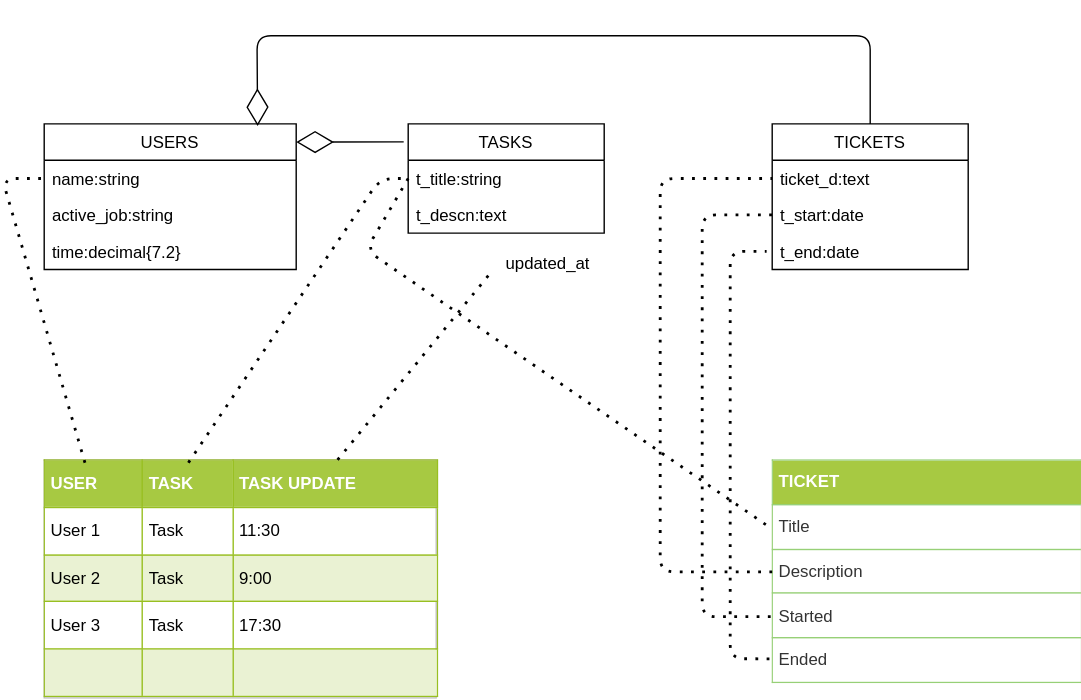
This is Myapp.svg from Roru-cmd/Myapp, a draw.io export, as it was before one commit. Source tidied: cells renumbered, new cells last; positions are measured from the earlier drawing's top-left corner, leaving out a move shared by most shapes.
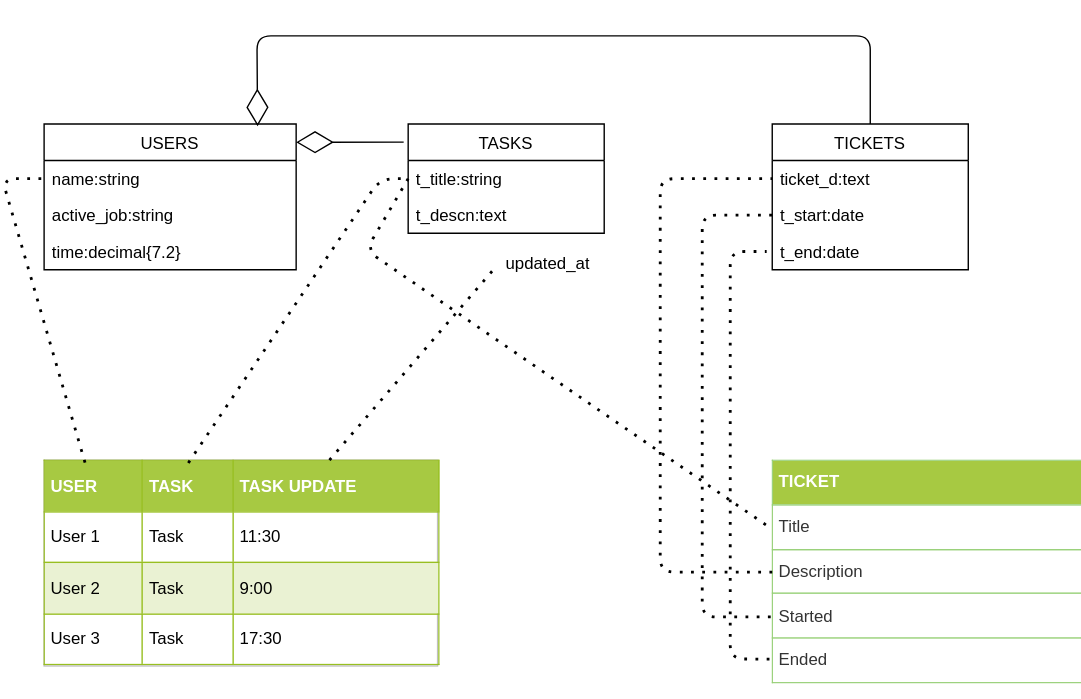
Later version of the same file.

The edit, as a diff of the source:
```diff
@@ -43,8 +43,8 @@
         <mxPoint x="210" y="76" as="targetPoint" />
       </mxGeometry>
     </mxCell>
-    <mxCell id="15" value="&lt;table border=&quot;1&quot; width=&quot;100%&quot; cellpadding=&quot;4&quot; style=&quot;width: 100% ; height: 100% ; border-collapse: collapse&quot;&gt;&lt;tbody&gt;&lt;tr style=&quot;background-color: #a7c942 ; color: #ffffff ; border: 1px solid #98bf21&quot;&gt;&lt;th align=&quot;left&quot;&gt;USER&lt;/th&gt;&lt;th align=&quot;left&quot;&gt;TASK&lt;/th&gt;&lt;th align=&quot;left&quot;&gt;TASK UPDATE&lt;/th&gt;&lt;/tr&gt;&lt;tr style=&quot;border: 1px solid #98bf21&quot;&gt;&lt;td&gt;User 1&lt;/td&gt;&lt;td&gt;Task&amp;nbsp;&lt;/td&gt;&lt;td&gt;11:30&lt;/td&gt;&lt;/tr&gt;&lt;tr style=&quot;background-color: #eaf2d3 ; border: 1px solid #98bf21&quot;&gt;&lt;td&gt;User 2&lt;/td&gt;&lt;td&gt;Task&lt;/td&gt;&lt;td&gt;9:00&lt;/td&gt;&lt;/tr&gt;&lt;tr style=&quot;border: 1px solid #98bf21&quot;&gt;&lt;td&gt;User 3&lt;/td&gt;&lt;td&gt;Task&lt;/td&gt;&lt;td&gt;17:30&lt;/td&gt;&lt;/tr&gt;&lt;tr style=&quot;background-color: #eaf2d3 ; border: 1px solid #98bf21&quot;&gt;&lt;td&gt;&lt;br&gt;&lt;/td&gt;&lt;td&gt;&lt;/td&gt;&lt;td&gt;&lt;/td&gt;&lt;/tr&gt;&lt;/tbody&gt;&lt;/table&gt;" style="text;html=1;strokeColor=#c0c0c0;fillColor=#ffffff;overflow=fill;rounded=0;" parent="2" vertex="1">
-      <mxGeometry x="30" y="303" width="280" height="170" as="geometry" />
+    <mxCell id="15" value="&lt;table border=&quot;1&quot; width=&quot;100%&quot; cellpadding=&quot;4&quot; style=&quot;width: 100% ; height: 100% ; border-collapse: collapse&quot;&gt;&lt;tbody&gt;&lt;tr style=&quot;background-color: #a7c942 ; color: #ffffff ; border: 1px solid #98bf21&quot;&gt;&lt;th align=&quot;left&quot;&gt;USER&lt;/th&gt;&lt;th align=&quot;left&quot;&gt;TASK&lt;/th&gt;&lt;th align=&quot;left&quot;&gt;TASK UPDATE&lt;/th&gt;&lt;/tr&gt;&lt;tr style=&quot;border: 1px solid #98bf21&quot;&gt;&lt;td&gt;User 1&lt;/td&gt;&lt;td&gt;Task&amp;nbsp;&lt;/td&gt;&lt;td&gt;11:30&lt;/td&gt;&lt;/tr&gt;&lt;tr style=&quot;background-color: #eaf2d3 ; border: 1px solid #98bf21&quot;&gt;&lt;td&gt;User 2&lt;/td&gt;&lt;td&gt;Task&lt;/td&gt;&lt;td&gt;9:00&lt;/td&gt;&lt;/tr&gt;&lt;tr style=&quot;border: 1px solid #98bf21&quot;&gt;&lt;td&gt;User 3&lt;/td&gt;&lt;td&gt;Task&lt;/td&gt;&lt;td&gt;17:30&lt;/td&gt;&lt;/tr&gt;&lt;/tbody&gt;&lt;/table&gt;" style="text;html=1;strokeColor=#c0c0c0;fillColor=#ffffff;overflow=fill;rounded=0;" parent="2" vertex="1">
+      <mxGeometry x="30" y="303" width="281" height="147" as="geometry" />
     </mxCell>
     <mxCell id="16" style="endArrow=none;dashed=1;html=1;dashPattern=1 3;strokeWidth=2;entryX=0;entryY=0.5;entryDx=0;entryDy=0;exitX=0.104;exitY=0.012;exitDx=0;exitDy=0;exitPerimeter=0;" parent="2" edge="1" source="15" target="4">
       <mxGeometry y="63" as="geometry">
```
